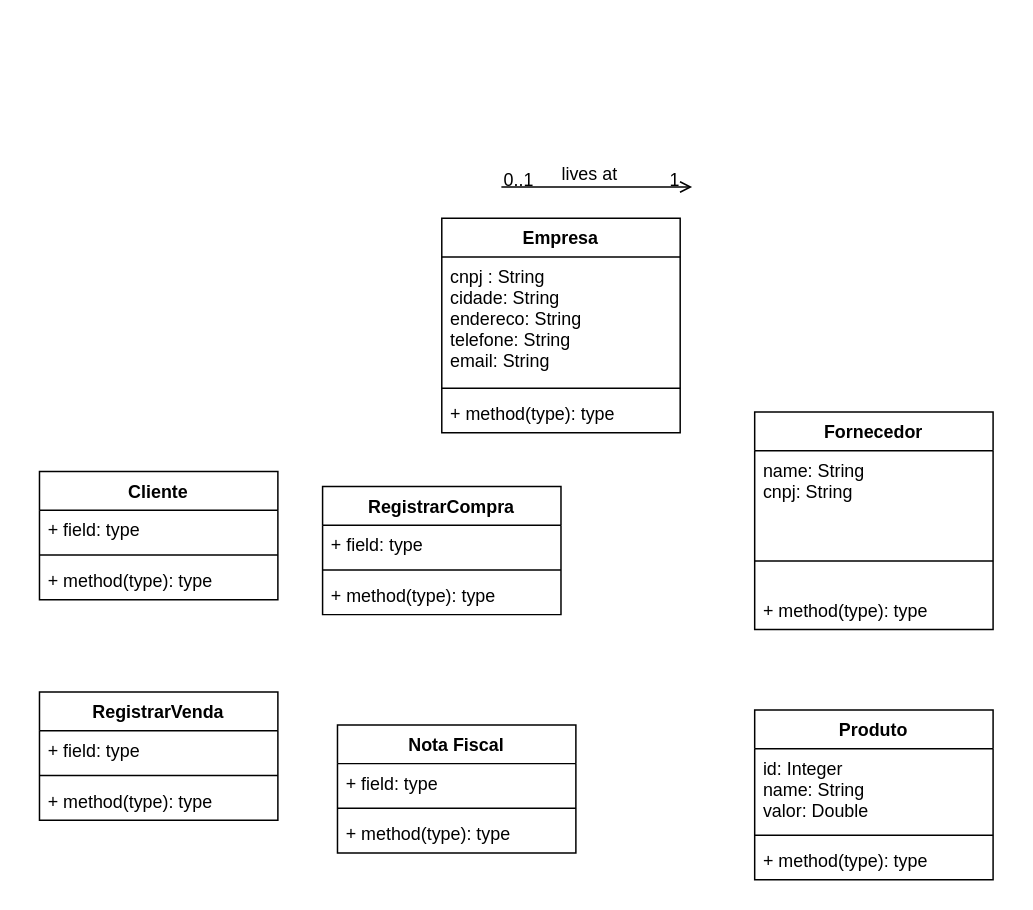
The draw.io diagram Untitled Diagram.drawio in Kameloutic3/GabrielBlack2050, before the edit. Source tidied: cells renumbered, new cells numbered last; positions are measured from the earlier drawing's top-left corner, leaving out a move shared by most shapes. Both pictures are drawn from the tidied source at 149%, with x=0, y=0 at pixel (39, 186).
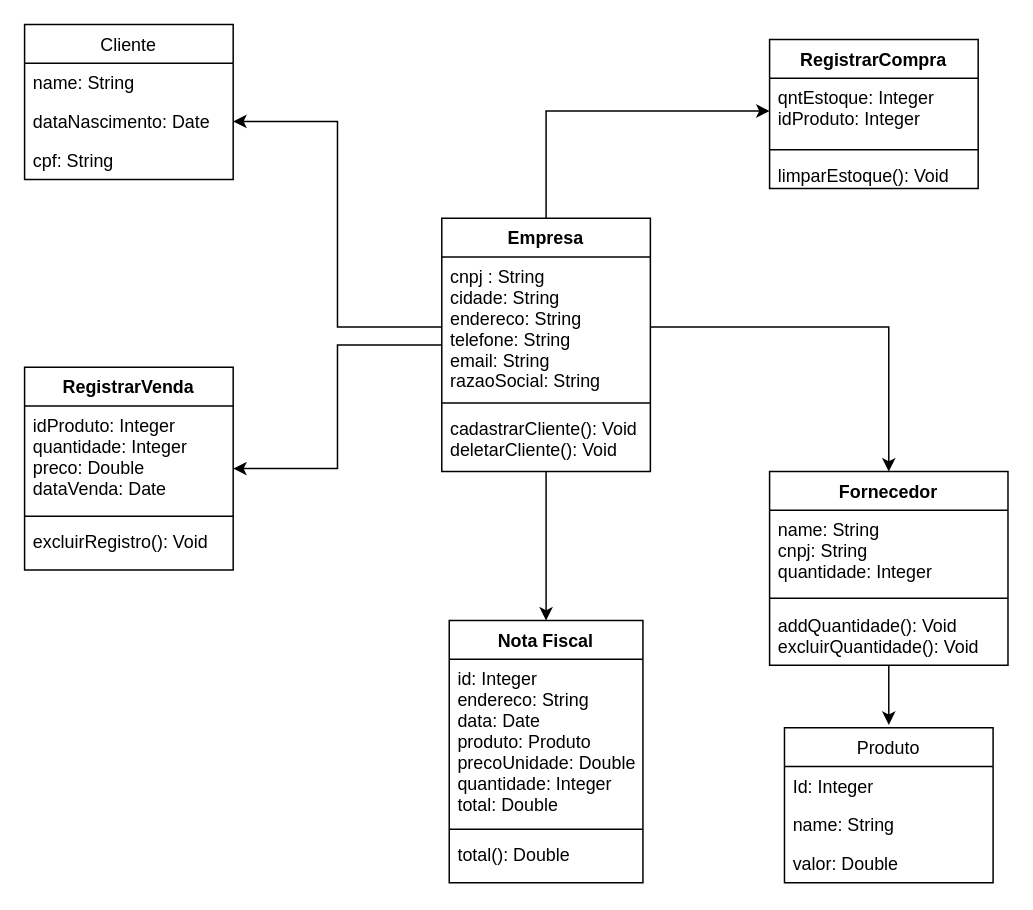
After the change.

Change to the diagram source:
```diff
@@
-    <mxCell id="2" style="endArrow=open;shadow=0;strokeWidth=1;rounded=0;endFill=1;edgeStyle=elbowEdgeStyle;elbow=vertical;" parent="1" edge="1">
-      <mxGeometry x="0.5" y="41" relative="1" as="geometry">
-        <mxPoint x="310" as="sourcePoint" />
-        <mxPoint x="438" as="targetPoint" />
-        <mxPoint x="-40" y="32" as="offset" />
-      </mxGeometry>
-    </mxCell>
-    <mxCell id="3" value="0..1" style="align=left;verticalAlign=bottom;labelBackgroundColor=none;fontSize=12;" parent="2" vertex="1">
-      <mxGeometry x="-1" relative="1" as="geometry">
-        <mxPoint y="4" as="offset" />
-      </mxGeometry>
-    </mxCell>
-    <mxCell id="4" value="1" style="align=right;verticalAlign=bottom;labelBackgroundColor=none;fontSize=12;" parent="2" vertex="1">
-      <mxGeometry x="1" relative="1" as="geometry">
-        <mxPoint x="-7" y="4" as="offset" />
-      </mxGeometry>
-    </mxCell>
-    <mxCell id="5" value="lives at" style="text;html=1;align=center;verticalAlign=middle;labelBackgroundColor=none;rounded=0;shadow=0;strokeWidth=1;fontSize=12;" parent="2" vertex="1">
-      <mxGeometry x="0.5" y="49" relative="1" as="geometry">
-        <mxPoint x="-38" y="40" as="offset" />
-      </mxGeometry>
-    </mxCell>
-    <mxCell id="6" value="Cliente" style="swimlane;fontStyle=1;align=center;verticalAlign=top;horizontal=1;startSize=26;" parent="1" vertex="1">
-      <mxGeometry y="191" width="160" height="86" as="geometry" />
-    </mxCell>
-    <mxCell id="7" value="+ field: type" style="text;strokeColor=none;fillColor=none;align=left;verticalAlign=top;spacingLeft=4;spacingRight=4;overflow=hidden;" parent="6" vertex="1">
-      <mxGeometry y="26" width="160" height="26" as="geometry" />
-    </mxCell>
-    <mxCell id="8" style="line;strokeWidth=1;fillColor=none;align=left;verticalAlign=middle;spacingTop=-1;spacingLeft=3;spacingRight=3;labelPosition=right;" parent="6" vertex="1">
-      <mxGeometry y="52" width="160" height="8" as="geometry" />
-    </mxCell>
-    <mxCell id="9" value="+ method(type): type" style="text;strokeColor=none;fillColor=none;align=left;verticalAlign=top;spacingLeft=4;spacingRight=4;overflow=hidden;" parent="6" vertex="1">
-      <mxGeometry y="60" width="160" height="26" as="geometry" />
-    </mxCell>
-    <mxCell id="10" value="Produto" style="swimlane;fontStyle=1;align=center;verticalAlign=top;horizontal=1;startSize=26;" parent="1" vertex="1">
-      <mxGeometry x="480" y="351" width="160" height="114" as="geometry" />
-    </mxCell>
-    <mxCell id="11" value="id: Integer&#10;name: String&#10;valor: Double&#10;" style="text;strokeColor=none;fillColor=none;align=left;verticalAlign=top;spacingLeft=4;spacingRight=4;overflow=hidden;" parent="10" vertex="1">
-      <mxGeometry y="26" width="160" height="54" as="geometry" />
-    </mxCell>
-    <mxCell id="12" style="line;strokeWidth=1;fillColor=none;align=left;verticalAlign=middle;spacingTop=-1;spacingLeft=3;spacingRight=3;labelPosition=right;" parent="10" vertex="1">
-      <mxGeometry y="80" width="160" height="8" as="geometry" />
-    </mxCell>
-    <mxCell id="13" value="+ method(type): type" style="text;strokeColor=none;fillColor=none;align=left;verticalAlign=top;spacingLeft=4;spacingRight=4;overflow=hidden;" parent="10" vertex="1">
-      <mxGeometry y="88" width="160" height="26" as="geometry" />
-    </mxCell>
     <mxCell id="14" value="Nota Fiscal" style="swimlane;fontStyle=1;align=center;verticalAlign=top;horizontal=1;startSize=26;" parent="1" vertex="1">
-      <mxGeometry x="200" y="361" width="160" height="86" as="geometry" />
+      <mxGeometry x="275" y="291" width="130" height="176" as="geometry" />
     </mxCell>
-    <mxCell id="15" value="+ field: type" style="text;strokeColor=none;fillColor=none;align=left;verticalAlign=top;spacingLeft=4;spacingRight=4;overflow=hidden;" parent="14" vertex="1">
-      <mxGeometry y="26" width="160" height="26" as="geometry" />
+    <mxCell id="15" value="id: Integer&#10;endereco: String&#10;data: Date&#10;produto: Produto&#10;precoUnidade: Double&#10;quantidade: Integer&#10;total: Double" style="text;strokeColor=none;fillColor=none;align=left;verticalAlign=top;spacingLeft=4;spacingRight=4;overflow=hidden;" parent="14" vertex="1">
+      <mxGeometry y="26" width="130" height="110" as="geometry" />
     </mxCell>
     <mxCell id="16" style="line;strokeWidth=1;fillColor=none;align=left;verticalAlign=middle;spacingTop=-1;spacingLeft=3;spacingRight=3;labelPosition=right;" parent="14" vertex="1">
-      <mxGeometry y="52" width="160" height="8" as="geometry" />
+      <mxGeometry y="136" width="130" height="8" as="geometry" />
     </mxCell>
-    <mxCell id="17" value="+ method(type): type" style="text;strokeColor=none;fillColor=none;align=left;verticalAlign=top;spacingLeft=4;spacingRight=4;overflow=hidden;" parent="14" vertex="1">
-      <mxGeometry y="60" width="160" height="26" as="geometry" />
+    <mxCell id="17" value="total(): Double&#10;" style="text;strokeColor=none;fillColor=none;align=left;verticalAlign=top;spacingLeft=4;spacingRight=4;overflow=hidden;" parent="14" vertex="1">
+      <mxGeometry y="144" width="130" height="32" as="geometry" />
     </mxCell>
-    <mxCell id="18" value="RegistrarVenda" style="swimlane;fontStyle=1;align=center;verticalAlign=top;horizontal=1;startSize=26;" parent="1" vertex="1">
-      <mxGeometry y="339" width="160" height="86" as="geometry" />
-    </mxCell>
-    <mxCell id="19" value="+ field: type" style="text;strokeColor=none;fillColor=none;align=left;verticalAlign=top;spacingLeft=4;spacingRight=4;overflow=hidden;" parent="18" vertex="1">
-      <mxGeometry y="26" width="160" height="26" as="geometry" />
-    </mxCell>
-    <mxCell id="20" style="line;strokeWidth=1;fillColor=none;align=left;verticalAlign=middle;spacingTop=-1;spacingLeft=3;spacingRight=3;labelPosition=right;" parent="18" vertex="1">
-      <mxGeometry y="52" width="160" height="8" as="geometry" />
-    </mxCell>
-    <mxCell id="21" value="+ method(type): type" style="text;strokeColor=none;fillColor=none;align=left;verticalAlign=top;spacingLeft=4;spacingRight=4;overflow=hidden;" parent="18" vertex="1">
-      <mxGeometry y="60" width="160" height="26" as="geometry" />
-    </mxCell>
-    <mxCell id="22" value="RegistrarCompra" style="swimlane;fontStyle=1;align=center;verticalAlign=top;horizontal=1;startSize=26;" parent="1" vertex="1">
-      <mxGeometry x="190" y="201" width="160" height="86" as="geometry" />
-    </mxCell>
-    <mxCell id="23" value="+ field: type" style="text;strokeColor=none;fillColor=none;align=left;verticalAlign=top;spacingLeft=4;spacingRight=4;overflow=hidden;" parent="22" vertex="1">
-      <mxGeometry y="26" width="160" height="26" as="geometry" />
-    </mxCell>
-    <mxCell id="24" style="line;strokeWidth=1;fillColor=none;align=left;verticalAlign=middle;spacingTop=-1;spacingLeft=3;spacingRight=3;labelPosition=right;" parent="22" vertex="1">
-      <mxGeometry y="52" width="160" height="8" as="geometry" />
-    </mxCell>
-    <mxCell id="25" value="+ method(type): type" style="text;strokeColor=none;fillColor=none;align=left;verticalAlign=top;spacingLeft=4;spacingRight=4;overflow=hidden;" parent="22" vertex="1">
-      <mxGeometry y="60" width="160" height="26" as="geometry" />
-    </mxCell>
+    <mxCell id="34" style="edgeStyle=orthogonalEdgeStyle;rounded=0;jettySize=auto;html=1;" parent="1" edge="1" source="26" target="18">
+      <mxGeometry relative="1" as="geometry" />
+    </mxCell>
+    <mxCell id="35" style="edgeStyle=orthogonalEdgeStyle;rounded=0;jettySize=auto;html=1;entryX=0.5;entryY=0;entryDx=0;entryDy=0;" parent="1" edge="1" source="26" target="14">
+      <mxGeometry relative="1" as="geometry" />
+    </mxCell>
+    <mxCell id="36" style="edgeStyle=orthogonalEdgeStyle;rounded=0;jettySize=auto;html=1;entryX=0;entryY=0.5;entryDx=0;entryDy=0;" parent="1" edge="1" source="26" target="44">
+      <mxGeometry relative="1" as="geometry" />
+    </mxCell>
     <mxCell id="26" value="Empresa" style="swimlane;fontStyle=1;align=center;verticalAlign=top;horizontal=1;startSize=26;" parent="1" vertex="1">
-      <mxGeometry x="270" y="21" width="160" height="144" as="geometry" />
+      <mxGeometry x="270" y="21" width="140" height="170" as="geometry" />
     </mxCell>
-    <mxCell id="27" value="cnpj : String&#10;cidade: String&#10;endereco: String&#10;telefone: String&#10;email: String" style="text;strokeColor=none;fillColor=none;align=left;verticalAlign=top;spacingLeft=4;spacingRight=4;overflow=hidden;" parent="26" vertex="1">
-      <mxGeometry y="26" width="160" height="84" as="geometry" />
-    </mxCell>
+    <mxCell id="37" value="cnpj : String&#10;cidade: String&#10;endereco: String&#10;telefone: String&#10;email: String&#10;razaoSocial: String" style="text;strokeColor=none;fillColor=none;align=left;verticalAlign=top;spacingLeft=4;spacingRight=4;overflow=hidden;points=[[0,0.5],[1,0.5]];portConstraint=eastwest;" parent="26" vertex="1">
+      <mxGeometry y="26" width="140" height="94" as="geometry" />
+    </mxCell>
     <mxCell id="28" style="line;strokeWidth=1;fillColor=none;align=left;verticalAlign=middle;spacingTop=-1;spacingLeft=3;spacingRight=3;labelPosition=right;" parent="26" vertex="1">
-      <mxGeometry y="110" width="160" height="8" as="geometry" />
+      <mxGeometry y="120" width="140" height="8" as="geometry" />
     </mxCell>
-    <mxCell id="29" value="+ method(type): type" style="text;strokeColor=none;fillColor=none;align=left;verticalAlign=top;spacingLeft=4;spacingRight=4;overflow=hidden;" parent="26" vertex="1">
-      <mxGeometry y="118" width="160" height="26" as="geometry" />
+    <mxCell id="29" value="cadastrarCliente(): Void&#10;deletarCliente(): Void" style="text;strokeColor=none;fillColor=none;align=left;verticalAlign=top;spacingLeft=4;spacingRight=4;overflow=hidden;" parent="26" vertex="1">
+      <mxGeometry y="128" width="140" height="42" as="geometry" />
     </mxCell>
+    <mxCell id="38" style="edgeStyle=orthogonalEdgeStyle;rounded=0;jettySize=auto;html=1;entryX=0.5;entryY=0;entryDx=0;entryDy=0;" parent="1" edge="1" source="30">
+      <mxGeometry relative="1" as="geometry">
+        <mxPoint x="570" y="361" as="targetPoint" />
+      </mxGeometry>
+    </mxCell>
     <mxCell id="30" value="Fornecedor" style="swimlane;fontStyle=1;align=center;verticalAlign=top;horizontal=1;startSize=26;" parent="1" vertex="1">
-      <mxGeometry x="480" y="151" width="160" height="146" as="geometry" />
+      <mxGeometry x="490" y="191" width="160" height="130" as="geometry" />
     </mxCell>
-    <mxCell id="31" value="name: String&#10;cnpj: String&#10;" style="text;strokeColor=none;fillColor=none;align=left;verticalAlign=top;spacingLeft=4;spacingRight=4;overflow=hidden;" parent="30" vertex="1">
+    <mxCell id="31" value="name: String&#10;cnpj: String&#10;quantidade: Integer&#10;" style="text;strokeColor=none;fillColor=none;align=left;verticalAlign=top;spacingLeft=4;spacingRight=4;overflow=hidden;" parent="30" vertex="1">
       <mxGeometry y="26" width="160" height="54" as="geometry" />
     </mxCell>
     <mxCell id="32" style="line;strokeWidth=1;fillColor=none;align=left;verticalAlign=middle;spacingTop=-1;spacingLeft=3;spacingRight=3;labelPosition=right;" parent="30" vertex="1">
-      <mxGeometry y="80" width="160" height="40" as="geometry" />
+      <mxGeometry y="80" width="160" height="10" as="geometry" />
     </mxCell>
-    <mxCell id="33" value="+ method(type): type" style="text;strokeColor=none;fillColor=none;align=left;verticalAlign=top;spacingLeft=4;spacingRight=4;overflow=hidden;" parent="30" vertex="1">
-      <mxGeometry y="120" width="160" height="26" as="geometry" />
+    <mxCell id="33" value="addQuantidade(): Void&#10;excluirQuantidade(): Void&#10;" style="text;strokeColor=none;fillColor=none;align=left;verticalAlign=top;spacingLeft=4;spacingRight=4;overflow=hidden;" parent="30" vertex="1">
+      <mxGeometry y="90" width="160" height="40" as="geometry" />
     </mxCell>
+    <mxCell id="39" style="edgeStyle=orthogonalEdgeStyle;rounded=0;jettySize=auto;html=1;entryX=1;entryY=0.5;entryDx=0;entryDy=0;" parent="1" edge="1" source="37" target="51">
+      <mxGeometry relative="1" as="geometry" />
+    </mxCell>
+    <mxCell id="40" style="edgeStyle=orthogonalEdgeStyle;rounded=0;jettySize=auto;html=1;entryX=0.5;entryY=0;entryDx=0;entryDy=0;" parent="1" edge="1" source="37" target="30">
+      <mxGeometry relative="1" as="geometry" />
+    </mxCell>
+    <mxCell id="18" value="RegistrarVenda" style="swimlane;fontStyle=1;align=center;verticalAlign=top;horizontal=1;startSize=26;" parent="1" vertex="1">
+      <mxGeometry x="-10" y="121" width="140" height="136" as="geometry" />
+    </mxCell>
+    <mxCell id="41" value="idProduto: Integer&#10;quantidade: Integer&#10;preco: Double&#10;dataVenda: Date" style="text;strokeColor=none;fillColor=none;align=left;verticalAlign=top;spacingLeft=4;spacingRight=4;overflow=hidden;" parent="18" vertex="1">
+      <mxGeometry y="26" width="140" height="70" as="geometry" />
+    </mxCell>
+    <mxCell id="42" style="line;strokeWidth=1;fillColor=none;align=left;verticalAlign=middle;spacingTop=-1;spacingLeft=3;spacingRight=3;labelPosition=right;" parent="18" vertex="1">
+      <mxGeometry y="96" width="140" height="8" as="geometry" />
+    </mxCell>
+    <mxCell id="43" value="excluirRegistro(): Void" style="text;strokeColor=none;fillColor=none;align=left;verticalAlign=top;spacingLeft=4;spacingRight=4;overflow=hidden;" parent="18" vertex="1">
+      <mxGeometry y="104" width="140" height="32" as="geometry" />
+    </mxCell>
+    <mxCell id="22" value="RegistrarCompra" style="swimlane;fontStyle=1;align=center;verticalAlign=top;horizontal=1;startSize=26;" parent="1" vertex="1">
+      <mxGeometry x="490" y="-99" width="140" height="100" as="geometry" />
+    </mxCell>
+    <mxCell id="44" value="qntEstoque: Integer&#10;idProduto: Integer" style="text;strokeColor=none;fillColor=none;align=left;verticalAlign=top;spacingLeft=4;spacingRight=4;overflow=hidden;points=[[0,0.5],[1,0.5]];portConstraint=eastwest;" parent="22" vertex="1">
+      <mxGeometry y="26" width="140" height="44" as="geometry" />
+    </mxCell>
+    <mxCell id="45" style="line;strokeWidth=1;fillColor=none;align=left;verticalAlign=middle;spacingTop=-1;spacingLeft=3;spacingRight=3;labelPosition=right;" parent="22" vertex="1">
+      <mxGeometry y="70" width="140" height="8" as="geometry" />
+    </mxCell>
+    <mxCell id="46" value="limparEstoque(): Void&#10;" style="text;strokeColor=none;fillColor=none;align=left;verticalAlign=top;spacingLeft=4;spacingRight=4;overflow=hidden;" parent="22" vertex="1">
+      <mxGeometry y="78" width="140" height="22" as="geometry" />
+    </mxCell>
+    <mxCell id="10" value="Produto" style="swimlane;fontStyle=0;horizontal=1;startSize=26;fillColor=none;" parent="1" vertex="1">
+      <mxGeometry x="500" y="363" width="140" height="104" as="geometry" />
+    </mxCell>
+    <mxCell id="47" value="Id: Integer" style="text;strokeColor=none;fillColor=none;align=left;verticalAlign=top;spacingLeft=4;spacingRight=4;overflow=hidden;" parent="10" vertex="1">
+      <mxGeometry y="26" width="140" height="26" as="geometry" />
+    </mxCell>
+    <mxCell id="48" value="name: String" style="text;strokeColor=none;fillColor=none;align=left;verticalAlign=top;spacingLeft=4;spacingRight=4;overflow=hidden;" parent="10" vertex="1">
+      <mxGeometry y="52" width="140" height="26" as="geometry" />
+    </mxCell>
+    <mxCell id="49" value="valor: Double" style="text;strokeColor=none;fillColor=none;align=left;verticalAlign=top;spacingLeft=4;spacingRight=4;overflow=hidden;" parent="10" vertex="1">
+      <mxGeometry y="78" width="140" height="26" as="geometry" />
+    </mxCell>
+    <mxCell id="6" value="Cliente" style="swimlane;fontStyle=0;horizontal=1;startSize=26;fillColor=none;" parent="1" vertex="1">
+      <mxGeometry x="-10" y="-109" width="140" height="104" as="geometry" />
+    </mxCell>
+    <mxCell id="50" value="name: String" style="text;strokeColor=none;fillColor=none;align=left;verticalAlign=top;spacingLeft=4;spacingRight=4;overflow=hidden;" parent="6" vertex="1">
+      <mxGeometry y="26" width="140" height="26" as="geometry" />
+    </mxCell>
+    <mxCell id="51" value="dataNascimento: Date" style="text;strokeColor=none;fillColor=none;align=left;verticalAlign=top;spacingLeft=4;spacingRight=4;overflow=hidden;points=[[0,0.5],[1,0.5]];portConstraint=eastwest;" parent="6" vertex="1">
+      <mxGeometry y="52" width="140" height="26" as="geometry" />
+    </mxCell>
+    <mxCell id="52" value="cpf: String" style="text;strokeColor=none;fillColor=none;align=left;verticalAlign=top;spacingLeft=4;spacingRight=4;overflow=hidden;" parent="6" vertex="1">
+      <mxGeometry y="78" width="140" height="26" as="geometry" />
+    </mxCell>
```
